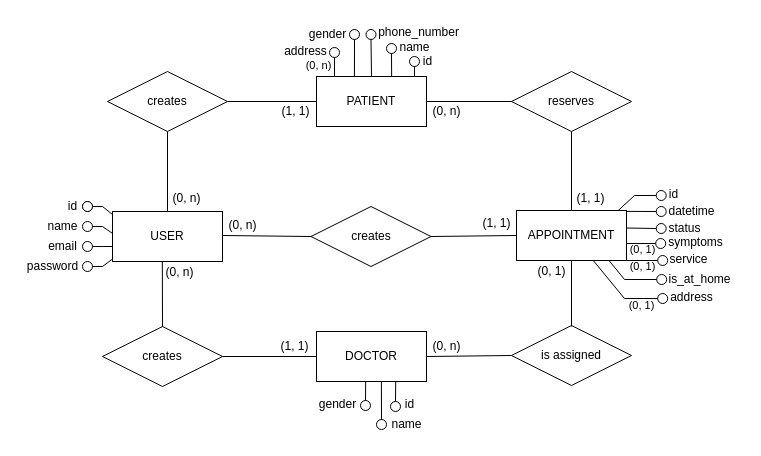
Before: docs/database/conceptual-design.drawio in hdz-kevin/podi-appts, a draw.io diagram. Source tidied: cells renumbered, new cells numbered last; positions are measured from the earlier drawing's top-left corner, leaving out a move shared by most shapes. Both pictures are drawn from the tidied source at 100%, with x=0, y=0 at pixel (17, 17).
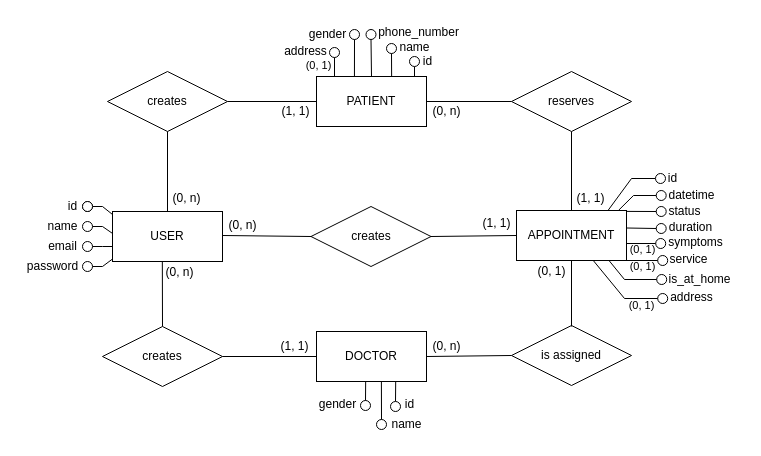
Above is the later version.

Commit message (it also covers changes not shown here):
update DB design: add duration field to appointments & address field to patients

Unchanged cells that the change refers to:
```xml
<mxCell id="22" value="APPOINTMENT" style="rounded=0;whiteSpace=wrap;html=1;fillColor=none;" parent="1" vertex="1">
  <mxGeometry x="499" y="193" width="110" height="50" as="geometry" />
</mxCell>
```

Diff of the diagram source:
```diff
@@
     <mxCell id="44" value="datetime" style="text;html=1;align=center;verticalAlign=middle;strokeColor=none;fillColor=none;" parent="1" vertex="1">
-      <mxGeometry x="638.7" y="179" width="70" height="30" as="geometry" />
+      <mxGeometry x="638.7" y="163" width="70" height="30" as="geometry" />
     </mxCell>
@@
     <mxCell id="47" value="status" style="text;html=1;align=center;verticalAlign=middle;strokeColor=none;fillColor=none;" parent="1" vertex="1">
-      <mxGeometry x="637" y="196" width="60" height="30" as="geometry" />
+      <mxGeometry x="637" y="179" width="60" height="30" as="geometry" />
     </mxCell>
-    <mxCell id="48" style="endArrow=none;html=1;rounded=0;entryX=0.5;entryY=1;entryDx=0;entryDy=0;exitX=0.926;exitY=-0.002;exitDx=0;exitDy=0;exitPerimeter=0;" parent="1" edge="1" source="22" target="49">
+    <mxCell id="48" style="endArrow=none;html=1;rounded=0;entryX=0.5;entryY=1;entryDx=0;entryDy=0;exitX=0.833;exitY=-0.004;exitDx=0;exitDy=0;exitPerimeter=0;" parent="1" edge="1" source="22" target="49">
       <mxGeometry relative="1" as="geometry">
         <Array as="points">
-          <mxPoint x="617" y="178" />
+          <mxPoint x="614" y="161" />
         </Array>
       </mxGeometry>
     </mxCell>
     <mxCell id="49" style="ellipse;whiteSpace=wrap;html=1;fillColor=light-dark(#FFFFFF,#F9FBFF);direction=south;" parent="1" vertex="1">
-      <mxGeometry x="638.7" y="173" width="10" height="10" as="geometry" />
+      <mxGeometry x="638" y="156" width="10" height="10" as="geometry" />
     </mxCell>
     <mxCell id="50" value="id" style="text;html=1;align=center;verticalAlign=middle;strokeColor=none;fillColor=none;" parent="1" vertex="1">
-      <mxGeometry x="640.7" y="162" width="30" height="30" as="geometry" />
+      <mxGeometry x="640" y="146" width="30" height="30" as="geometry" />
     </mxCell>
@@
-    <mxCell id="88" value="&lt;font style=&quot;font-size: 11px; color: light-dark(rgb(0, 0, 0), rgb(255, 255, 255));&quot;&gt;(0, n)&lt;/font&gt;" style="text;html=1;align=center;verticalAlign=middle;strokeColor=none;fillColor=none;" parent="1" vertex="1">
-      <mxGeometry x="276" y="33" width="50" height="30" as="geometry" />
+    <mxCell id="88" value="&lt;font style=&quot;font-size: 11px; color: light-dark(rgb(0, 0, 0), rgb(255, 255, 255));&quot;&gt;(0, 1)&lt;/font&gt;" style="text;html=1;align=center;verticalAlign=middle;strokeColor=none;fillColor=none;" parent="1" vertex="1">
+      <mxGeometry x="279" y="35" width="44" height="26" as="geometry" />
     </mxCell>
@@
+    <mxCell id="93" style="endArrow=none;html=1;rounded=0;entryX=0.5;entryY=1;entryDx=0;entryDy=0;exitX=0.928;exitY=-0.004;exitDx=0;exitDy=0;exitPerimeter=0;" parent="1" edge="1" source="22" target="94">
+      <mxGeometry relative="1" as="geometry">
+        <Array as="points">
+          <mxPoint x="616" y="178" />
+        </Array>
+      </mxGeometry>
+    </mxCell>
+    <mxCell id="94" style="ellipse;whiteSpace=wrap;html=1;fillColor=none;direction=south;" parent="1" vertex="1">
+      <mxGeometry x="638.7" y="173" width="10" height="10" as="geometry" />
+    </mxCell>
+    <mxCell id="95" value="duration" style="text;html=1;align=center;verticalAlign=middle;strokeColor=none;fillColor=none;" parent="1" vertex="1">
+      <mxGeometry x="642.5" y="197" width="61" height="26" as="geometry" />
+    </mxCell>
```
